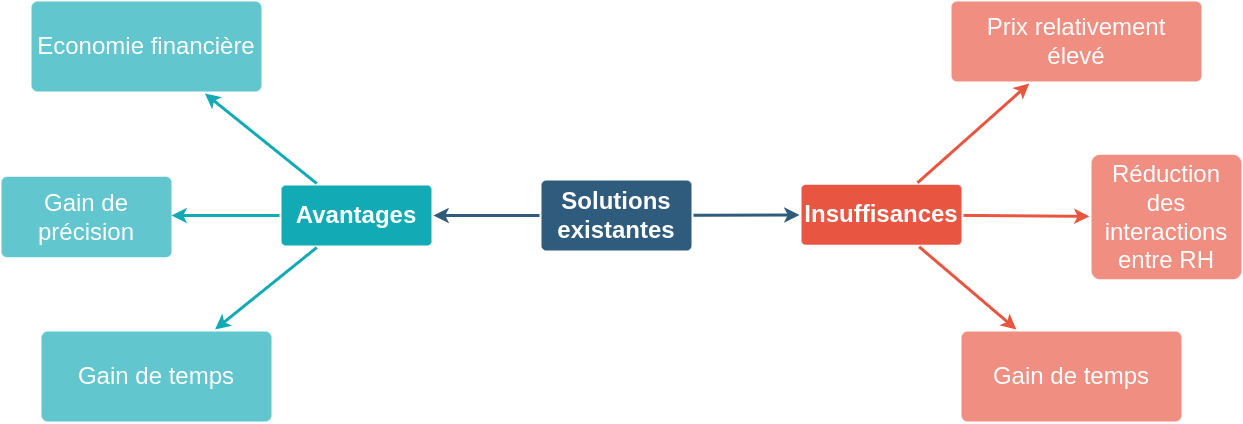
Above: resources/diagrams/comparison.drawio.png in Pericles001/oprs_payroll_system (draw.io), before the change. Source tidied: cells renumbered, new cells last; positions are measured from the earlier drawing's top-left corner, leaving out a move shared by most shapes.
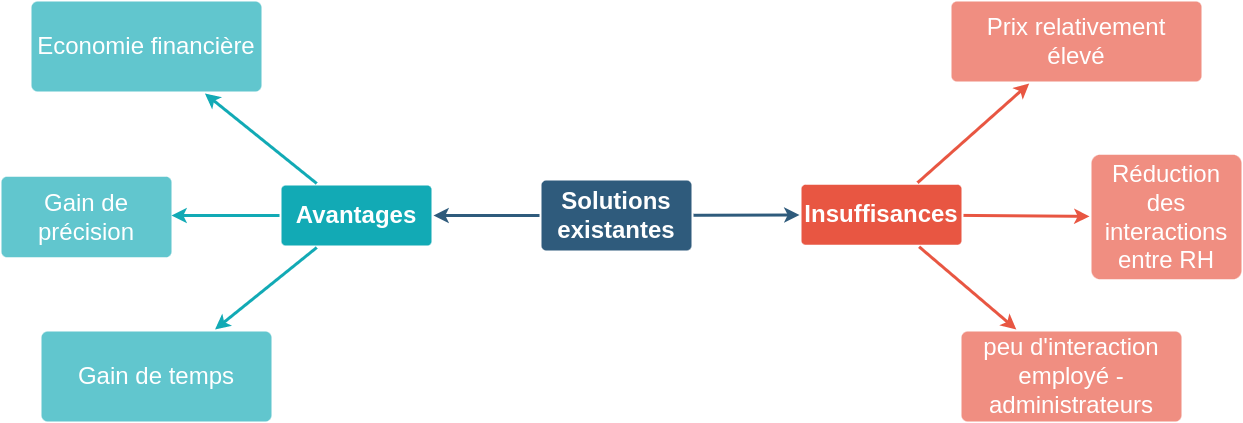
After the commit.

Diff of the diagram source:
```diff
@@ -29,7 +29,7 @@
     <mxCell id="10" value="&lt;font style=&quot;font-size: 24px&quot;&gt;Réduction des interactions entre RH&lt;/font&gt;" style="rounded=1;whiteSpace=wrap;html=1;shadow=0;labelBackgroundColor=none;strokeColor=none;strokeWidth=3;fillColor=#f08e81;fontFamily=Helvetica;fontSize=14;fontColor=#FFFFFF;align=center;spacing=5;fontStyle=0;arcSize=7;perimeterSpacing=2;" parent="1" vertex="1">
       <mxGeometry x="1090" y="153.2" width="150" height="124.5" as="geometry" />
     </mxCell>
-    <mxCell id="11" value="&lt;font style=&quot;font-size: 24px&quot;&gt;Gain de temps&lt;/font&gt;" style="rounded=1;whiteSpace=wrap;html=1;shadow=0;labelBackgroundColor=none;strokeColor=none;strokeWidth=3;fillColor=#f08e81;fontFamily=Helvetica;fontSize=14;fontColor=#FFFFFF;align=center;spacing=5;fontStyle=0;arcSize=7;perimeterSpacing=2;" parent="1" vertex="1">
+    <mxCell id="11" value="&lt;span style=&quot;font-size: 24px&quot;&gt;peu d'interaction employé - administrateurs&lt;/span&gt;" style="rounded=1;whiteSpace=wrap;html=1;shadow=0;labelBackgroundColor=none;strokeColor=none;strokeWidth=3;fillColor=#f08e81;fontFamily=Helvetica;fontSize=14;fontColor=#FFFFFF;align=center;spacing=5;fontStyle=0;arcSize=7;perimeterSpacing=2;" parent="1" vertex="1">
       <mxGeometry x="960" y="330" width="220" height="90" as="geometry" />
     </mxCell>
     <mxCell id="12" value="&lt;font style=&quot;font-size: 24px&quot;&gt;Avantages&lt;/font&gt;" style="rounded=1;whiteSpace=wrap;html=1;shadow=0;labelBackgroundColor=none;strokeColor=none;strokeWidth=3;fillColor=#12aab5;fontFamily=Helvetica;fontSize=14;fontColor=#FFFFFF;align=center;spacing=5;fontStyle=1;arcSize=7;perimeterSpacing=2;" parent="1" vertex="1">
```
